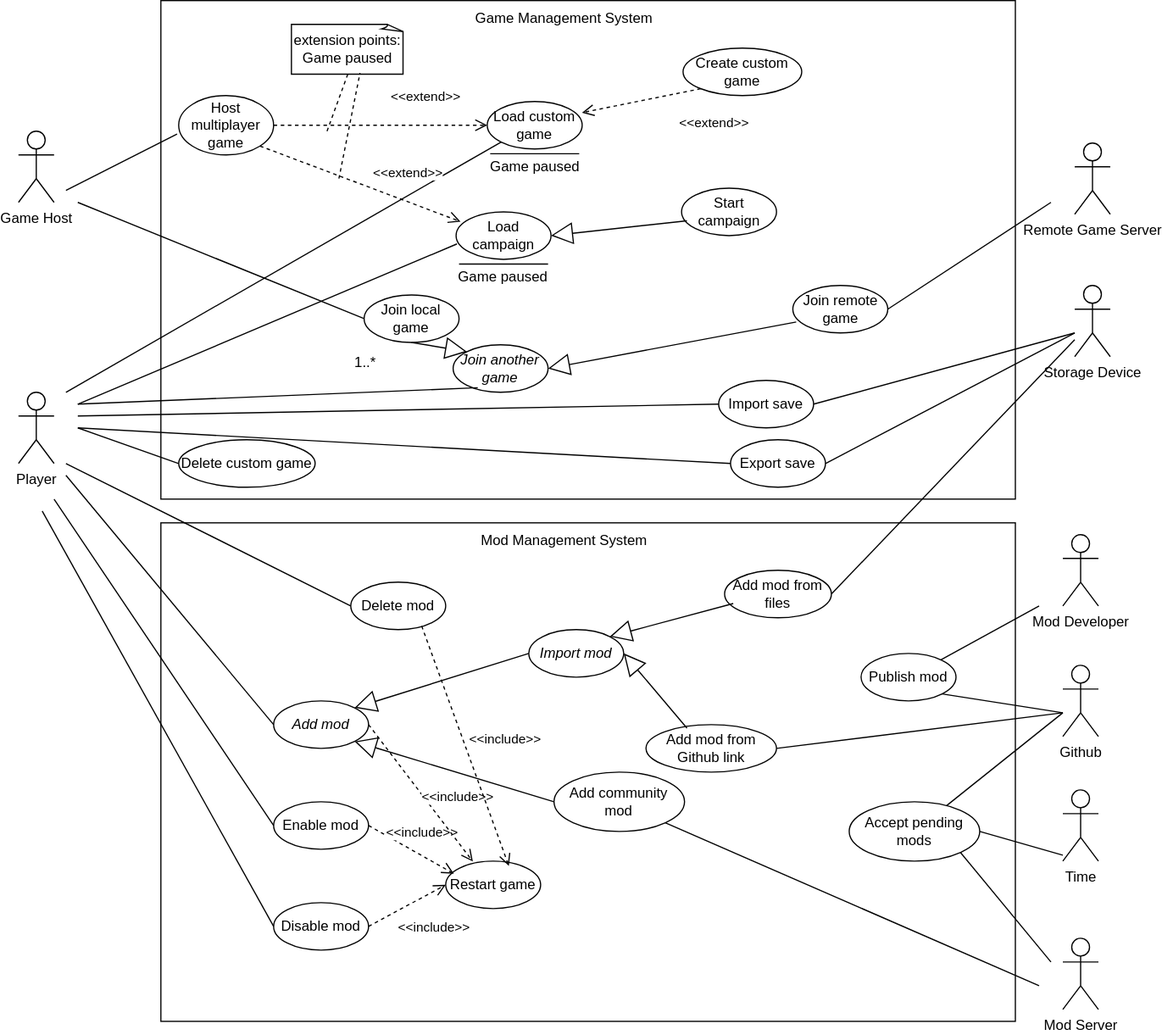
Before: SE202526/Milestone2/UseCases/DiogoAntunes/UseCaseDiagram.svg, a diagram exported from draw.io (gabits17/Mindustry-Add-ons-SE-Project). Source tidied: cells renumbered, new cells last; positions are measured from the earlier drawing's top-left corner, leaving out a move shared by most shapes.
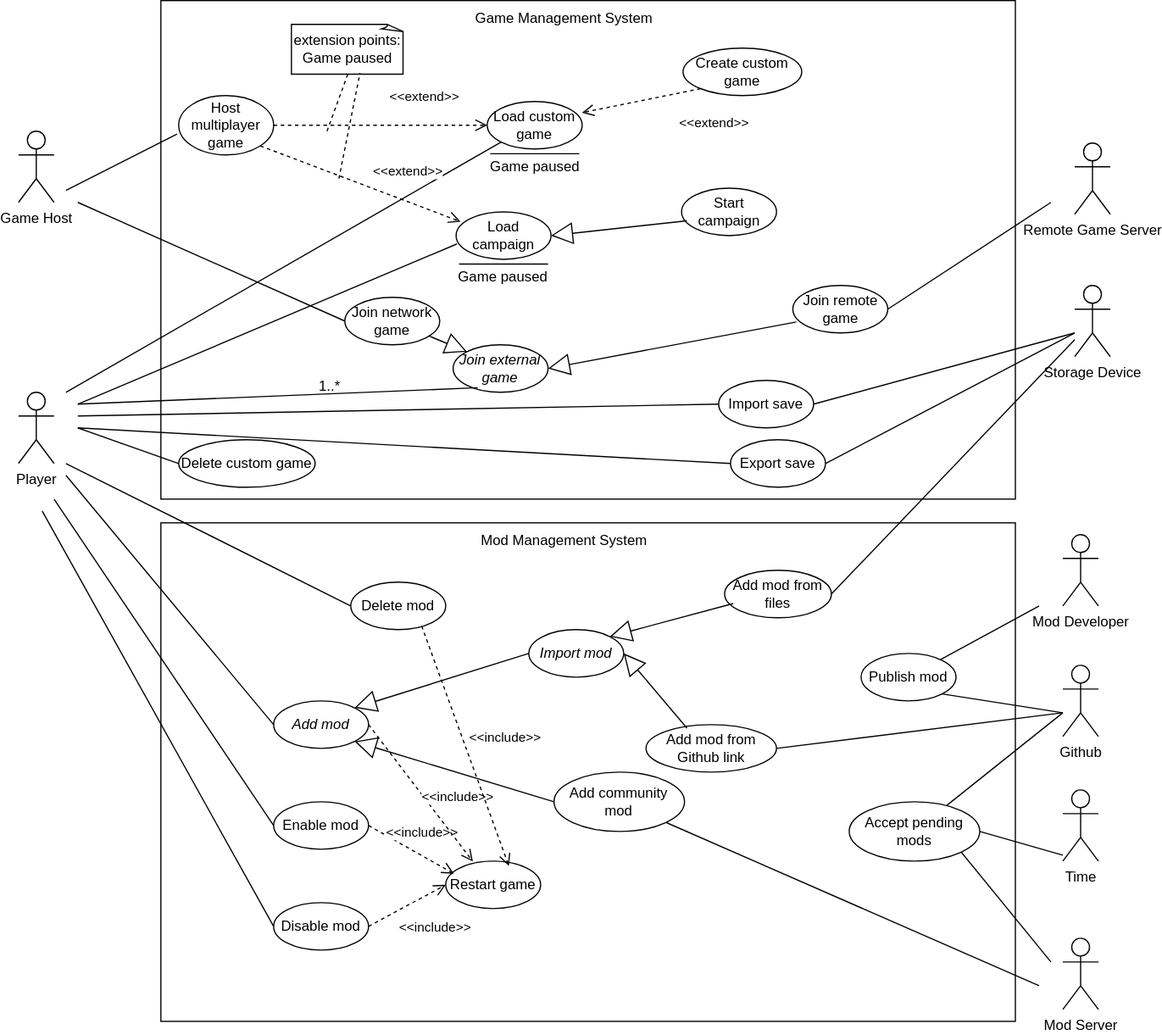
The same diagram one commit later.

Commit message:
Diogo Antunes 67763: slight diagram change for clarity

Diff of the diagram source:
```diff
@@ -195,7 +195,7 @@
         <mxPoint x="50" y="340" as="sourcePoint" />
       </mxGeometry>
     </mxCell>
-    <mxCell id="55" value="&lt;i&gt;Join another game&lt;/i&gt;" style="ellipse;whiteSpace=wrap;html=1;" parent="1" vertex="1">
+    <mxCell id="55" value="&lt;i&gt;Join external game&lt;/i&gt;" style="ellipse;whiteSpace=wrap;html=1;" parent="1" vertex="1">
       <mxGeometry x="366.2" y="290" width="80" height="40" as="geometry" />
     </mxCell>
     <mxCell id="56" style="endArrow=none;html=1;rounded=0;entryX=0.259;entryY=0.904;entryDx=0;entryDy=0;entryPerimeter=0;" parent="1" edge="1" target="55">
@@ -203,8 +203,8 @@
         <mxPoint x="50" y="340" as="sourcePoint" />
       </mxGeometry>
     </mxCell>
-    <mxCell id="57" value="Join local game" style="ellipse;whiteSpace=wrap;html=1;" parent="1" vertex="1">
-      <mxGeometry x="291.2" y="248" width="80" height="40" as="geometry" />
+    <mxCell id="57" value="Join network game" style="ellipse;whiteSpace=wrap;html=1;" parent="1" vertex="1">
+      <mxGeometry x="275" y="250" width="80" height="40" as="geometry" />
     </mxCell>
     <mxCell id="58" value="Join remote game" style="ellipse;whiteSpace=wrap;html=1;" parent="1" vertex="1">
       <mxGeometry x="652.5" y="240" width="80" height="40" as="geometry" />
@@ -214,7 +214,7 @@
         <mxPoint x="50" y="170" as="sourcePoint" />
       </mxGeometry>
     </mxCell>
-    <mxCell id="60" style="endArrow=block;endSize=16;endFill=0;html=1;rounded=0;exitX=0.5;exitY=1;exitDx=0;exitDy=0;entryX=0;entryY=0;entryDx=0;entryDy=0;" parent="1" edge="1" source="57" target="55">
+    <mxCell id="60" style="endArrow=block;endSize=16;endFill=0;html=1;rounded=0;entryX=0;entryY=0;entryDx=0;entryDy=0;" parent="1" edge="1" source="57" target="55">
       <mxGeometry relative="1" as="geometry" />
     </mxCell>
     <mxCell id="61" style="endArrow=block;endSize=16;endFill=0;html=1;rounded=0;exitX=0.035;exitY=0.769;exitDx=0;exitDy=0;entryX=1;entryY=0.5;entryDx=0;entryDy=0;exitPerimeter=0;" parent="1" edge="1" source="58" target="55">
@@ -229,7 +229,7 @@
       <mxGeometry x="890" y="120" width="30" height="60" as="geometry" />
     </mxCell>
     <mxCell id="64" value="1..*" style="text;html=1;whiteSpace=wrap;strokeColor=none;fillColor=none;align=center;verticalAlign=middle;rounded=0;" parent="1" vertex="1">
-      <mxGeometry x="275" y="290" width="35" height="30" as="geometry" />
+      <mxGeometry x="245" y="310" width="35" height="30" as="geometry" />
     </mxCell>
     <mxCell id="65" value="Create custom game" style="ellipse;whiteSpace=wrap;html=1;" parent="1" vertex="1">
       <mxGeometry x="560" y="40" width="100" height="40" as="geometry" />
```
